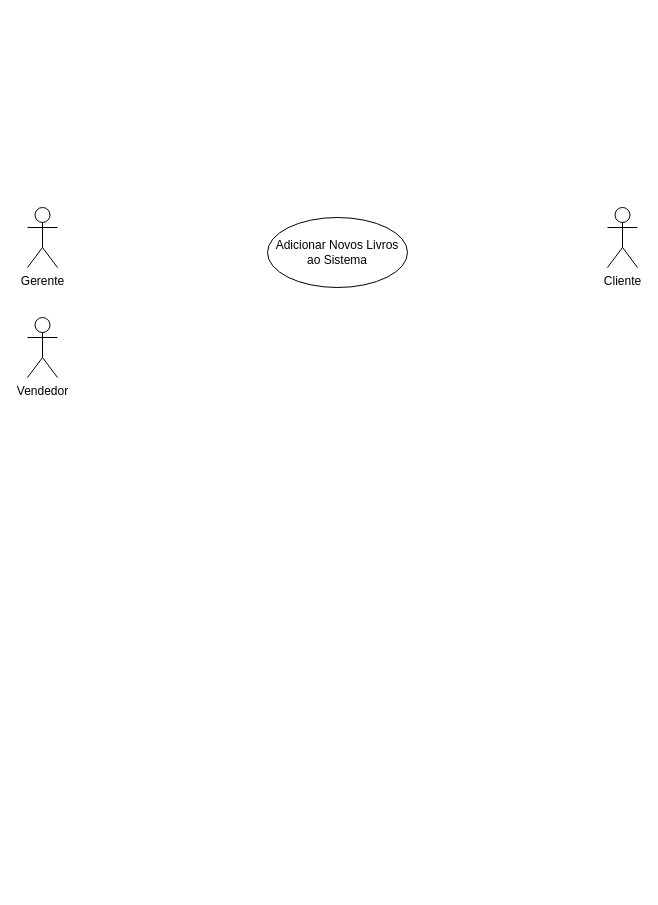
Before: Livraria.drawio in NathanFelipiAlmeida/Modelagem, a draw.io diagram. Source tidied: cells renumbered, new cells numbered last; positions are measured from the earlier drawing's top-left corner, leaving out a move shared by most shapes. Both pictures are drawn from the tidied source at 100%, with x=0, y=0 at pixel (27, 207).
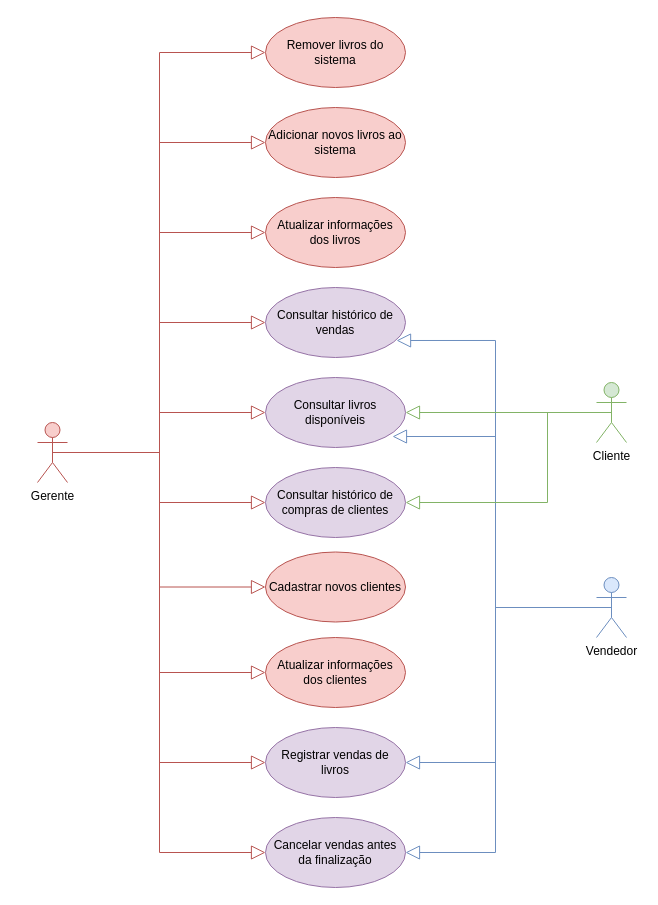
Above is the later version.

Change to the diagram source:
```diff
@@
-    <mxCell id="2" value="Gerente" style="shape=umlActor;html=1;verticalLabelPosition=bottom;verticalAlign=top;align=center;" parent="1" vertex="1">
-      <mxGeometry width="30" height="60" as="geometry" />
+    <mxCell id="2" value="Gerente" style="shape=umlActor;html=1;verticalLabelPosition=bottom;verticalAlign=top;align=center;fillColor=#f8cecc;strokeColor=#b85450;" parent="1" vertex="1">
+      <mxGeometry x="10" y="215" width="30" height="60" as="geometry" />
     </mxCell>
-    <mxCell id="3" value="Vendedor" style="shape=umlActor;html=1;verticalLabelPosition=bottom;verticalAlign=top;align=center;" parent="1" vertex="1">
-      <mxGeometry y="110" width="30" height="60" as="geometry" />
+    <mxCell id="3" value="Vendedor" style="shape=umlActor;html=1;verticalLabelPosition=bottom;verticalAlign=top;align=center;fillColor=#dae8fc;strokeColor=#6c8ebf;" parent="1" vertex="1">
+      <mxGeometry x="569" y="370" width="30" height="60" as="geometry" />
     </mxCell>
-    <mxCell id="4" value="Cliente" style="shape=umlActor;html=1;verticalLabelPosition=bottom;verticalAlign=top;align=center;" parent="1" vertex="1">
-      <mxGeometry x="580" width="30" height="60" as="geometry" />
+    <mxCell id="4" value="Cliente" style="shape=umlActor;html=1;verticalLabelPosition=bottom;verticalAlign=top;align=center;fillColor=#d5e8d4;strokeColor=#82b366;" parent="1" vertex="1">
+      <mxGeometry x="569" y="175" width="30" height="60" as="geometry" />
     </mxCell>
-    <mxCell id="5" value="Adicionar Novos Livros ao Sistema" style="ellipse;whiteSpace=wrap;html=1;" parent="1" vertex="1">
-      <mxGeometry x="240" y="10" width="140" height="70" as="geometry" />
+    <mxCell id="5" value="Adicionar novos livros ao sistema" style="ellipse;whiteSpace=wrap;html=1;fillColor=#f8cecc;strokeColor=#b85450;" parent="1" vertex="1">
+      <mxGeometry x="238" y="-100" width="140" height="70" as="geometry" />
     </mxCell>
+    <mxCell id="6" value="Atualizar informações dos livros" style="ellipse;whiteSpace=wrap;html=1;fillColor=#f8cecc;strokeColor=#b85450;" parent="1" vertex="1">
+      <mxGeometry x="238" y="-10" width="140" height="70" as="geometry" />
+    </mxCell>
+    <mxCell id="7" value="Consultar histórico de vendas" style="ellipse;whiteSpace=wrap;html=1;fillColor=#e1d5e7;strokeColor=#9673a6;" parent="1" vertex="1">
+      <mxGeometry x="238" y="80" width="140" height="70" as="geometry" />
+    </mxCell>
+    <mxCell id="8" value="Consultar livros disponíveis" style="ellipse;whiteSpace=wrap;html=1;fillColor=#e1d5e7;strokeColor=#9673a6;" parent="1" vertex="1">
+      <mxGeometry x="238" y="170" width="140" height="70" as="geometry" />
+    </mxCell>
+    <mxCell id="9" value="Registrar vendas de livros" style="ellipse;whiteSpace=wrap;html=1;fillColor=#e1d5e7;strokeColor=#9673a6;" parent="1" vertex="1">
+      <mxGeometry x="238" y="520" width="140" height="70" as="geometry" />
+    </mxCell>
+    <mxCell id="10" value="Cancelar vendas antes da finalização" style="ellipse;whiteSpace=wrap;html=1;fillColor=#e1d5e7;strokeColor=#9673a6;" parent="1" vertex="1">
+      <mxGeometry x="238" y="610" width="140" height="70" as="geometry" />
+    </mxCell>
+    <mxCell id="11" value="Remover livros do sistema" style="ellipse;whiteSpace=wrap;html=1;fillColor=#f8cecc;strokeColor=#b85450;" parent="1" vertex="1">
+      <mxGeometry x="238" y="-190" width="140" height="70" as="geometry" />
+    </mxCell>
+    <mxCell id="12" value="Cadastrar novos clientes" style="ellipse;whiteSpace=wrap;html=1;fillColor=#f8cecc;strokeColor=#b85450;" parent="1" vertex="1">
+      <mxGeometry x="238" y="344.5" width="140" height="70" as="geometry" />
+    </mxCell>
+    <mxCell id="13" value="Atualizar informações dos clientes" style="ellipse;whiteSpace=wrap;html=1;fillColor=#f8cecc;strokeColor=#b85450;" parent="1" vertex="1">
+      <mxGeometry x="238" y="430" width="140" height="70" as="geometry" />
+    </mxCell>
+    <mxCell id="14" value="Consultar histórico de compras de clientes" style="ellipse;whiteSpace=wrap;html=1;fillColor=#e1d5e7;strokeColor=#9673a6;" parent="1" vertex="1">
+      <mxGeometry x="238" y="260" width="140" height="70" as="geometry" />
+    </mxCell>
+    <mxCell id="15" style="edgeStyle=elbowEdgeStyle;html=1;endArrow=block;endFill=0;endSize=12;verticalAlign=bottom;rounded=0;exitX=0.5;exitY=0.5;exitDx=0;exitDy=0;exitPerimeter=0;entryX=0;entryY=0.5;entryDx=0;entryDy=0;fillColor=#f8cecc;strokeColor=#b85450;" parent="1" edge="1" source="2" target="5">
+      <mxGeometry relative="1" as="geometry" />
+    </mxCell>
+    <mxCell id="16" style="edgeStyle=elbowEdgeStyle;html=1;endArrow=block;endFill=0;endSize=12;verticalAlign=bottom;rounded=0;exitX=0.5;exitY=0.5;exitDx=0;exitDy=0;exitPerimeter=0;entryX=0;entryY=0.5;entryDx=0;entryDy=0;fillColor=#f8cecc;strokeColor=#b85450;" parent="1" edge="1" source="2" target="6">
+      <mxGeometry relative="1" as="geometry" />
+    </mxCell>
+    <mxCell id="17" style="edgeStyle=elbowEdgeStyle;html=1;endArrow=block;endFill=0;endSize=12;verticalAlign=bottom;rounded=0;exitX=0.5;exitY=0.5;exitDx=0;exitDy=0;exitPerimeter=0;entryX=0;entryY=0.5;entryDx=0;entryDy=0;fillColor=#f8cecc;strokeColor=#b85450;" parent="1" edge="1" source="2" target="7">
+      <mxGeometry relative="1" as="geometry" />
+    </mxCell>
+    <mxCell id="18" style="edgeStyle=elbowEdgeStyle;html=1;endArrow=block;endFill=0;endSize=12;verticalAlign=bottom;rounded=0;exitX=0.5;exitY=0.5;exitDx=0;exitDy=0;exitPerimeter=0;entryX=0;entryY=0.5;entryDx=0;entryDy=0;fillColor=#f8cecc;strokeColor=#b85450;" parent="1" edge="1" source="2" target="8">
+      <mxGeometry relative="1" as="geometry" />
+    </mxCell>
+    <mxCell id="19" style="edgeStyle=elbowEdgeStyle;html=1;endArrow=block;endFill=0;endSize=12;verticalAlign=bottom;rounded=0;exitX=0.5;exitY=0.5;exitDx=0;exitDy=0;exitPerimeter=0;entryX=0;entryY=0.5;entryDx=0;entryDy=0;fillColor=#f8cecc;strokeColor=#b85450;" parent="1" edge="1" source="2" target="11">
+      <mxGeometry relative="1" as="geometry" />
+    </mxCell>
+    <mxCell id="20" style="edgeStyle=elbowEdgeStyle;html=1;endArrow=block;endFill=0;endSize=12;verticalAlign=bottom;rounded=0;exitX=0.5;exitY=0.5;exitDx=0;exitDy=0;exitPerimeter=0;entryX=0;entryY=0.5;entryDx=0;entryDy=0;fillColor=#f8cecc;strokeColor=#b85450;" parent="1" edge="1" source="2" target="14">
+      <mxGeometry relative="1" as="geometry" />
+    </mxCell>
+    <mxCell id="21" style="edgeStyle=elbowEdgeStyle;html=1;endArrow=block;endFill=0;endSize=12;verticalAlign=bottom;rounded=0;exitX=0.5;exitY=0.5;exitDx=0;exitDy=0;exitPerimeter=0;entryX=0;entryY=0.5;entryDx=0;entryDy=0;fillColor=#f8cecc;strokeColor=#b85450;" parent="1" edge="1" source="2" target="12">
+      <mxGeometry relative="1" as="geometry" />
+    </mxCell>
+    <mxCell id="22" style="edgeStyle=elbowEdgeStyle;html=1;endArrow=block;endFill=0;endSize=12;verticalAlign=bottom;rounded=0;exitX=0.5;exitY=0.5;exitDx=0;exitDy=0;exitPerimeter=0;entryX=0;entryY=0.5;entryDx=0;entryDy=0;fillColor=#f8cecc;strokeColor=#b85450;" parent="1" edge="1" source="2" target="13">
+      <mxGeometry relative="1" as="geometry" />
+    </mxCell>
+    <mxCell id="23" style="edgeStyle=elbowEdgeStyle;html=1;endArrow=block;endFill=0;endSize=12;verticalAlign=bottom;rounded=0;fillColor=#dae8fc;strokeColor=#6c8ebf;entryX=0.936;entryY=0.757;entryDx=0;entryDy=0;entryPerimeter=0;exitX=0.5;exitY=0.5;exitDx=0;exitDy=0;exitPerimeter=0;" parent="1" edge="1" source="3" target="7">
+      <mxGeometry relative="1" as="geometry">
+        <Array as="points">
+          <mxPoint x="468" y="220" />
+        </Array>
+      </mxGeometry>
+    </mxCell>
+    <mxCell id="24" style="edgeStyle=elbowEdgeStyle;html=1;endArrow=block;endFill=0;endSize=12;verticalAlign=bottom;rounded=0;exitX=0.5;exitY=0.5;exitDx=0;exitDy=0;exitPerimeter=0;entryX=1;entryY=0.5;entryDx=0;entryDy=0;fillColor=#dae8fc;strokeColor=#6c8ebf;" parent="1" edge="1" source="3" target="9">
+      <mxGeometry relative="1" as="geometry">
+        <Array as="points">
+          <mxPoint x="468" y="440" />
+        </Array>
+      </mxGeometry>
+    </mxCell>
+    <mxCell id="25" style="edgeStyle=elbowEdgeStyle;html=1;endArrow=block;endFill=0;endSize=12;verticalAlign=bottom;rounded=0;exitX=0.5;exitY=0.5;exitDx=0;exitDy=0;exitPerimeter=0;entryX=1;entryY=0.5;entryDx=0;entryDy=0;fillColor=#dae8fc;strokeColor=#6c8ebf;" parent="1" edge="1" source="3" target="10">
+      <mxGeometry relative="1" as="geometry">
+        <Array as="points">
+          <mxPoint x="468" y="480" />
+        </Array>
+      </mxGeometry>
+    </mxCell>
+    <mxCell id="26" style="edgeStyle=elbowEdgeStyle;html=1;endArrow=block;endFill=0;endSize=12;verticalAlign=bottom;rounded=0;exitX=0.5;exitY=0.5;exitDx=0;exitDy=0;exitPerimeter=0;entryX=0.907;entryY=0.843;entryDx=0;entryDy=0;entryPerimeter=0;fillColor=#dae8fc;strokeColor=#6c8ebf;" parent="1" edge="1" source="3" target="8">
+      <mxGeometry relative="1" as="geometry">
+        <Array as="points">
+          <mxPoint x="468" y="260" />
+        </Array>
+      </mxGeometry>
+    </mxCell>
+    <mxCell id="27" style="edgeStyle=elbowEdgeStyle;html=1;endArrow=block;endFill=0;endSize=12;verticalAlign=bottom;rounded=0;exitX=0.5;exitY=0.5;exitDx=0;exitDy=0;exitPerimeter=0;entryX=1;entryY=0.5;entryDx=0;entryDy=0;fillColor=#d5e8d4;strokeColor=#82b366;" parent="1" edge="1" source="4" target="14">
+      <mxGeometry relative="1" as="geometry">
+        <Array as="points">
+          <mxPoint x="520" y="270" />
+          <mxPoint x="489" y="240" />
+        </Array>
+      </mxGeometry>
+    </mxCell>
+    <mxCell id="28" style="edgeStyle=none;html=1;endArrow=block;endFill=0;endSize=12;verticalAlign=bottom;rounded=0;exitX=0.5;exitY=0.5;exitDx=0;exitDy=0;exitPerimeter=0;entryX=1;entryY=0.5;entryDx=0;entryDy=0;fillColor=#d5e8d4;strokeColor=#82b366;" parent="1" edge="1" source="4" target="8">
+      <mxGeometry relative="1" as="geometry" />
+    </mxCell>
+    <mxCell id="29" style="edgeStyle=elbowEdgeStyle;html=1;endArrow=block;endFill=0;endSize=12;verticalAlign=bottom;rounded=0;exitX=0.5;exitY=0.5;exitDx=0;exitDy=0;exitPerimeter=0;entryX=0;entryY=0.5;entryDx=0;entryDy=0;fillColor=#f8cecc;strokeColor=#b85450;" parent="1" edge="1" source="2" target="9">
+      <mxGeometry relative="1" as="geometry" />
+    </mxCell>
+    <mxCell id="30" style="edgeStyle=elbowEdgeStyle;html=1;endArrow=block;endFill=0;endSize=12;verticalAlign=bottom;rounded=0;exitX=0.5;exitY=0.5;exitDx=0;exitDy=0;exitPerimeter=0;entryX=0;entryY=0.5;entryDx=0;entryDy=0;fillColor=#f8cecc;strokeColor=#b85450;" parent="1" edge="1" source="2" target="10">
+      <mxGeometry relative="1" as="geometry" />
+    </mxCell>
```
